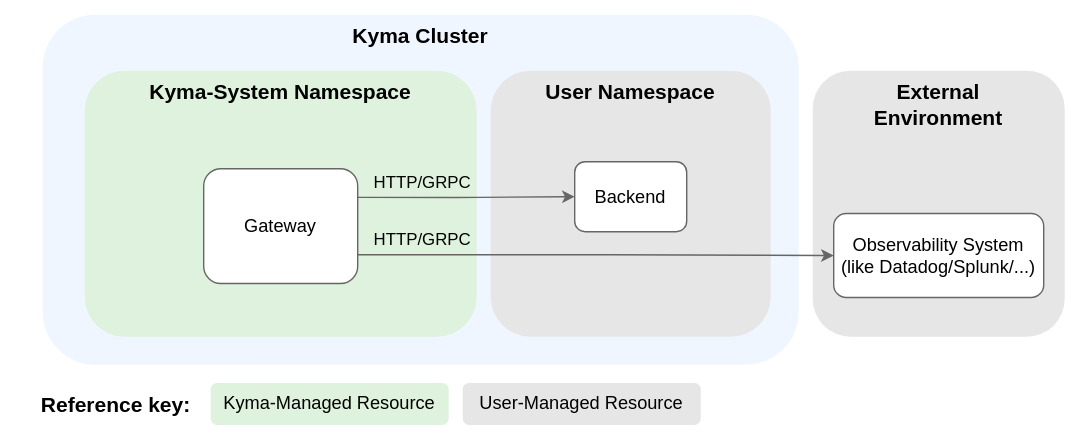
The draw.io diagram docs/user/assets/otlp-output.drawio.svg in kyma-project/telemetry-manager, before a commit. Source tidied: cells renumbered, new cells last; positions are measured from the earlier drawing's top-left corner, leaving out a move shared by most shapes.
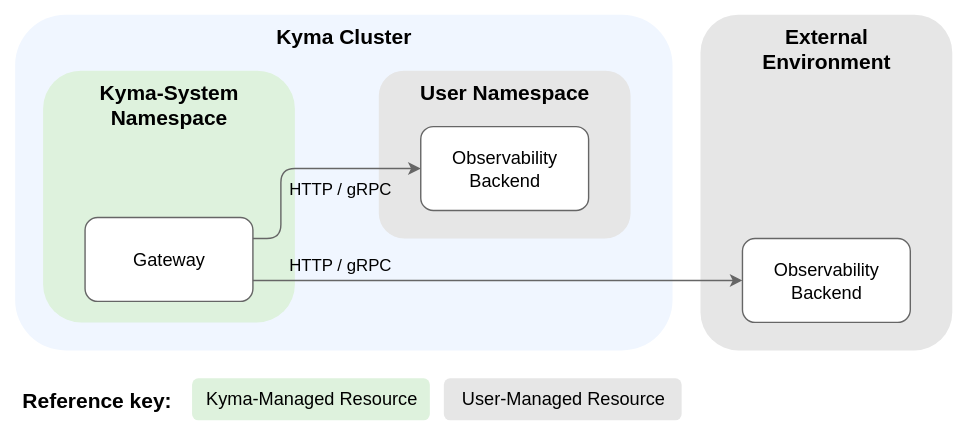
Above is the later version.

Commit message:
review otlp output

Diff of the diagram source:
```diff
@@ -3,52 +3,57 @@
     <mxCell id="0" />
     <mxCell id="1" parent="0" />
     <mxCell id="2" style="rounded=0;whiteSpace=wrap;html=1;fillColor=#FFFFFF;strokeColor=none;" parent="1" vertex="1">
-      <mxGeometry width="780" height="310" as="geometry" />
+      <mxGeometry width="690" height="310" as="geometry" />
     </mxCell>
     <mxCell id="3" value="&lt;b style=&quot;color: rgb(0, 0, 0); font-size: 15px;&quot;&gt;&lt;font style=&quot;font-size: 15px;&quot;&gt;Kyma Cluster&lt;br style=&quot;font-size: 15px;&quot;&gt;&lt;/font&gt;&lt;/b&gt;" style="rounded=1;whiteSpace=wrap;html=1;fillColor=#F0F6FF;strokeColor=none;fontColor=#333333;verticalAlign=top;fontSize=15;" parent="1" vertex="1">
-      <mxGeometry x="30" y="10" width="540" height="250" as="geometry" />
+      <mxGeometry x="10" y="10" width="470" height="240" as="geometry" />
     </mxCell>
     <mxCell id="4" value="&lt;b style=&quot;color: rgb(0, 0, 0); font-size: 15px;&quot;&gt;Kyma-System Namespace&lt;br style=&quot;font-size: 15px;&quot;&gt;&lt;/b&gt;" style="rounded=1;whiteSpace=wrap;html=1;dashed=1;fillColor=#DEF2DD;strokeColor=none;verticalAlign=top;fontSize=15;" parent="1" vertex="1">
-      <mxGeometry x="60" y="50" width="280" height="190" as="geometry" />
+      <mxGeometry x="30" y="50" width="180" height="180" as="geometry" />
     </mxCell>
     <mxCell id="5" value="&lt;b style=&quot;border-color: var(--border-color); font-size: 15px;&quot;&gt;User Namespace&lt;/b&gt;" style="rounded=1;whiteSpace=wrap;html=1;fillColor=#E6E6E6;strokeColor=none;verticalAlign=top;fontSize=15;" parent="1" vertex="1">
-      <mxGeometry x="350" y="50" width="200" height="190" as="geometry" />
+      <mxGeometry x="270" y="50" width="180" height="120" as="geometry" />
     </mxCell>
     <mxCell id="6" value="Gateway" style="rounded=1;whiteSpace=wrap;html=1;fontSize=13;strokeColor=#666666;" parent="1" vertex="1">
-      <mxGeometry x="145" y="120" width="110" height="82" as="geometry" />
+      <mxGeometry x="60" y="155" width="120" height="60" as="geometry" />
     </mxCell>
     <mxCell id="7" value="&lt;font style=&quot;font-size: 15px;&quot;&gt;&lt;b&gt;Reference key:&lt;/b&gt;&lt;/font&gt;" style="text;html=1;align=center;verticalAlign=middle;strokeColor=none;fillColor=default;" parent="1" vertex="1">
-      <mxGeometry x="17" y="273" width="130" height="30" as="geometry" />
+      <mxGeometry x="3.5" y="270" width="130" height="30" as="geometry" />
     </mxCell>
     <mxCell id="8" value="&lt;span style=&quot;color: rgb(0, 0, 0); font-family: Helvetica; font-size: 13px; font-style: normal; font-variant-ligatures: normal; font-variant-caps: normal; font-weight: 400; letter-spacing: normal; orphans: 2; text-indent: 0px; text-transform: none; widows: 2; word-spacing: 0px; -webkit-text-stroke-width: 0px; text-decoration-thickness: initial; text-decoration-style: initial; text-decoration-color: initial; float: none; display: inline !important;&quot;&gt;User-Managed Resource&lt;/span&gt;" style="text;whiteSpace=wrap;html=1;strokeColor=none;rounded=1;fillColor=#e6e6e6;align=center;fontSize=13;" parent="1" vertex="1">
-      <mxGeometry x="330" y="273" width="170" height="30" as="geometry" />
+      <mxGeometry x="316.5" y="270" width="170" height="30" as="geometry" />
     </mxCell>
-    <mxCell id="9" value="&lt;font style=&quot;font-size: 13px;&quot;&gt;Backend&lt;/font&gt;" style="rounded=1;whiteSpace=wrap;html=1;fillColor=#FFFFFF;strokeColor=#666666;fontColor=#000000;fontSize=13;" parent="1" vertex="1">
-      <mxGeometry x="410" y="115" width="80" height="50" as="geometry" />
+    <mxCell id="9" value="&lt;font style=&quot;font-size: 13px;&quot;&gt;Observability Backend&lt;/font&gt;" style="rounded=1;whiteSpace=wrap;html=1;fillColor=#FFFFFF;strokeColor=#666666;fontColor=#000000;fontSize=13;" parent="1" vertex="1">
+      <mxGeometry x="300" y="90" width="120" height="60" as="geometry" />
     </mxCell>
     <mxCell id="10" style="edgeStyle=orthogonalEdgeStyle;rounded=1;jettySize=auto;html=1;entryX=0;entryY=0.5;entryDx=0;entryDy=0;strokeColor=#666666;exitX=1;exitY=0.25;exitDx=0;exitDy=0;" parent="1" edge="1" source="6" target="9">
-      <mxGeometry relative="1" as="geometry" />
+      <mxGeometry relative="1" as="geometry">
+        <Array as="points">
+          <mxPoint x="200" y="170" />
+          <mxPoint x="200" y="120" />
+        </Array>
+      </mxGeometry>
     </mxCell>
-    <mxCell id="11" value="HTTP/GRPC" style="edgeLabel;html=1;align=center;verticalAlign=middle;labelBackgroundColor=none;fontSize=12;" parent="10" vertex="1">
+    <mxCell id="11" value="HTTP / gRPC" style="edgeLabel;html=1;align=center;verticalAlign=middle;labelBackgroundColor=none;fontSize=12;" parent="10" vertex="1">
       <mxGeometry x="-0.39" y="-4" relative="1" as="geometry">
-        <mxPoint x="-2" y="-15" as="offset" />
+        <mxPoint x="38" y="-4" as="offset" />
       </mxGeometry>
     </mxCell>
     <mxCell id="12" value="&lt;b style=&quot;color: rgb(0, 0, 0); font-size: 15px;&quot;&gt;&lt;font style=&quot;font-size: 15px;&quot;&gt;External&lt;br style=&quot;font-size: 15px;&quot;&gt;Environment&lt;br style=&quot;font-size: 15px;&quot;&gt;&lt;br style=&quot;font-size: 15px;&quot;&gt;&lt;br style=&quot;font-size: 15px;&quot;&gt;&lt;br style=&quot;font-size: 15px;&quot;&gt;&lt;br style=&quot;font-size: 15px;&quot;&gt;&lt;/font&gt;&lt;/b&gt;" style="rounded=1;whiteSpace=wrap;html=1;fillColor=#e6e6e6;strokeColor=none;fontColor=#333333;fontSize=15;verticalAlign=top;" parent="1" vertex="1">
-      <mxGeometry x="580" y="50" width="180" height="190" as="geometry" />
+      <mxGeometry x="500" y="10" width="180" height="240" as="geometry" />
     </mxCell>
-    <mxCell id="13" value="Observability System&lt;br style=&quot;font-size: 13px;&quot;&gt;(like Datadog/Splunk/...)" style="rounded=1;whiteSpace=wrap;html=1;fontColor=#000000;fillColor=#FFFFFF;strokeColor=#666666;fontSize=13;" parent="1" vertex="1">
-      <mxGeometry x="595" y="152" width="150" height="60" as="geometry" />
+    <mxCell id="13" value="Observability Backend" style="rounded=1;whiteSpace=wrap;html=1;fontColor=#000000;fillColor=#FFFFFF;strokeColor=#666666;fontSize=13;" parent="1" vertex="1">
+      <mxGeometry x="530" y="170" width="120" height="60" as="geometry" />
     </mxCell>
     <mxCell id="14" value="&lt;span style=&quot;color: rgb(0, 0, 0); font-family: Helvetica; font-size: 13px; font-style: normal; font-variant-ligatures: normal; font-variant-caps: normal; font-weight: 400; letter-spacing: normal; orphans: 2; text-indent: 0px; text-transform: none; widows: 2; word-spacing: 0px; -webkit-text-stroke-width: 0px; text-decoration-thickness: initial; text-decoration-style: initial; text-decoration-color: initial; float: none; display: inline !important;&quot;&gt;Kyma-Managed Resource&lt;/span&gt;" style="text;whiteSpace=wrap;html=1;strokeColor=none;rounded=1;fillColor=#def2dd;align=center;" parent="1" vertex="1">
-      <mxGeometry x="150" y="273" width="170" height="30" as="geometry" />
+      <mxGeometry x="136.5" y="270" width="170" height="30" as="geometry" />
     </mxCell>
     <mxCell id="15" style="edgeStyle=orthogonalEdgeStyle;rounded=1;jettySize=auto;html=1;entryX=0;entryY=0.5;entryDx=0;entryDy=0;strokeColor=#666666;exitX=1;exitY=0.75;exitDx=0;exitDy=0;" parent="1" edge="1" source="6" target="13">
       <mxGeometry relative="1" as="geometry" />
     </mxCell>
-    <mxCell id="16" value="HTTP/GRPC" style="edgeLabel;html=1;align=center;verticalAlign=middle;labelBackgroundColor=none;fontSize=12;" parent="15" vertex="1">
+    <mxCell id="16" value="HTTP / gRPC" style="edgeLabel;html=1;align=center;verticalAlign=middle;labelBackgroundColor=none;fontSize=12;" parent="15" vertex="1">
       <mxGeometry x="-0.39" y="-4" relative="1" as="geometry">
-        <mxPoint x="-58" y="-15" as="offset" />
+        <mxPoint x="-45" y="-15" as="offset" />
       </mxGeometry>
     </mxCell>
   </root>
```
